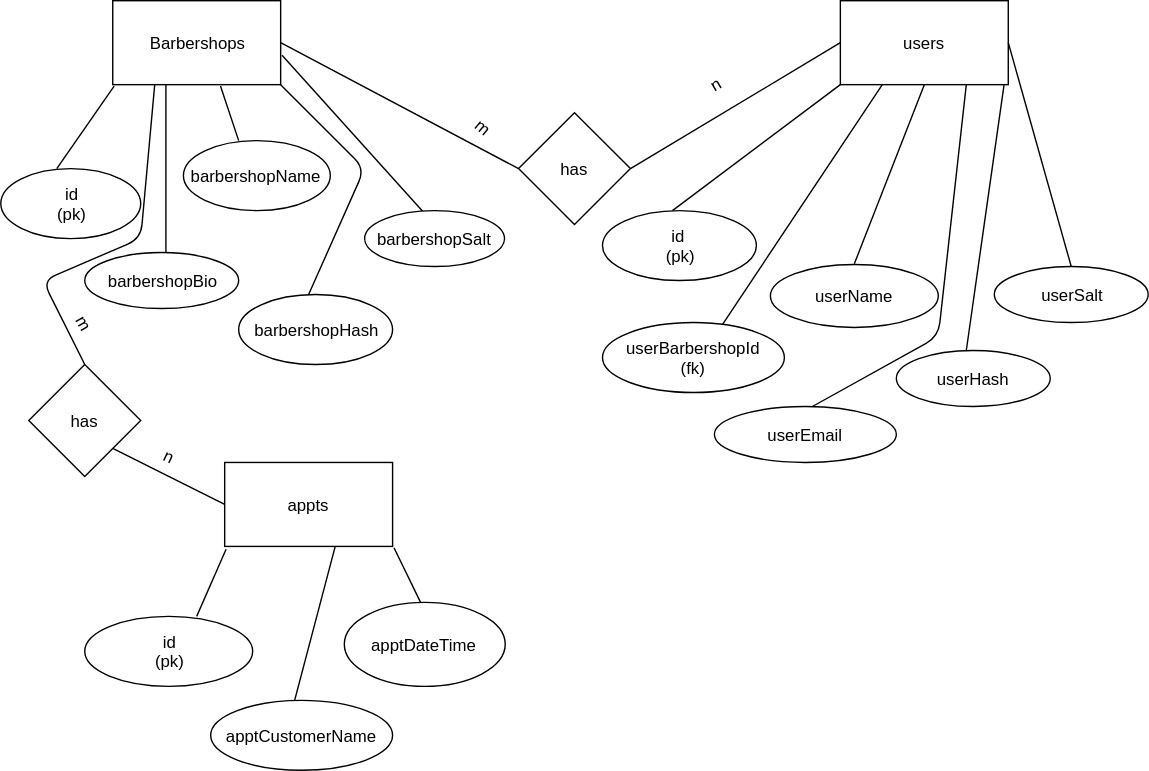
djackreuter/barbershop keeps this draw.io diagram as epic/barbershop-erd.svg. Above is the earlier version. Source tidied: cells renumbered, new cells last; positions are measured from the earlier drawing's top-left corner, leaving out a move shared by most shapes.
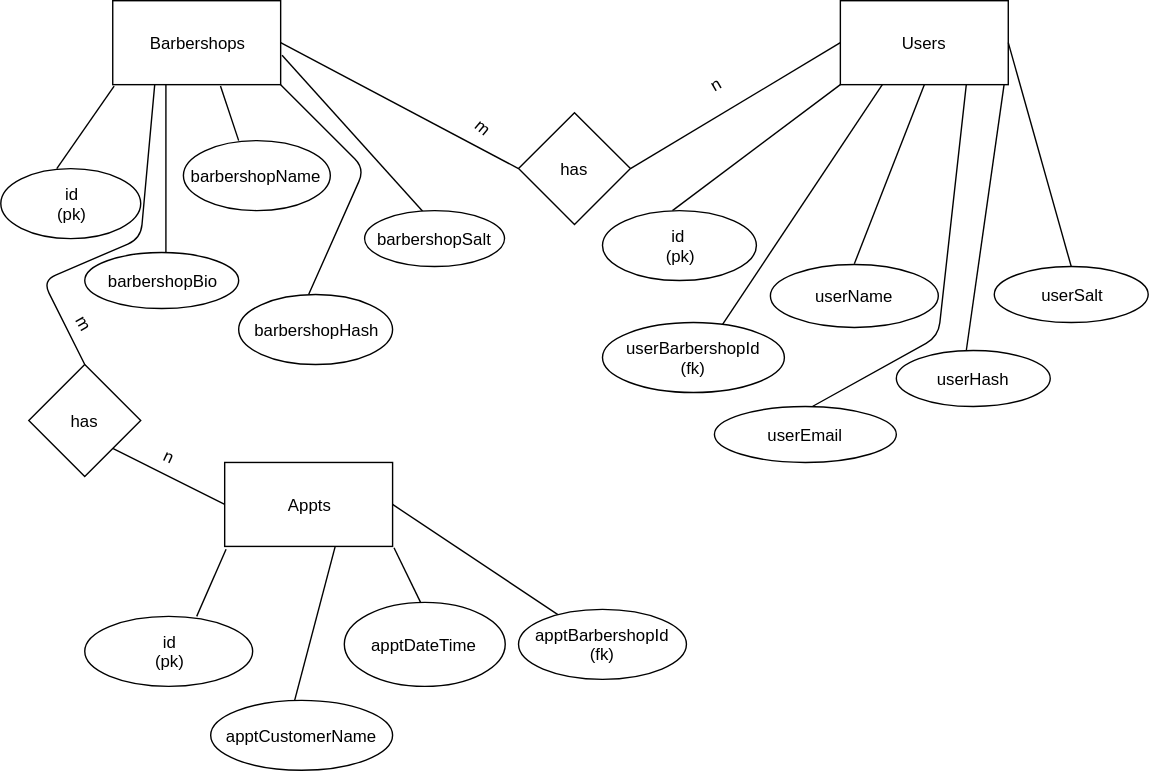
After the commit.

Change to the diagram source:
```diff
@@ -59,7 +59,7 @@
     <mxCell id="15" style="endArrow=none;html=1;entryX=1;entryY=0.5;exitX=0;exitY=0.5;" parent="1" edge="1" source="16" target="14">
       <mxGeometry relative="1" as="geometry" />
     </mxCell>
-    <mxCell id="16" value="users" style="rounded=0;whiteSpace=wrap;html=1;" parent="1" vertex="1">
+    <mxCell id="16" value="Users" style="rounded=0;whiteSpace=wrap;html=1;" parent="1" vertex="1">
       <mxGeometry x="600" width="120" height="60" as="geometry" />
     </mxCell>
     <mxCell id="17" value="m" style="text;html=1;strokeColor=none;fillColor=none;align=center;verticalAlign=middle;whiteSpace=wrap;rotation=40;" parent="1" vertex="1">
@@ -131,7 +131,7 @@
         <mxPoint x="160" y="360" as="sourcePoint" />
       </mxGeometry>
     </mxCell>
-    <mxCell id="34" value="appts" style="rounded=0;whiteSpace=wrap;html=1;" parent="1" vertex="1">
+    <mxCell id="34" value="Appts" style="rounded=0;whiteSpace=wrap;html=1;" parent="1" vertex="1">
       <mxGeometry x="160" y="330" width="120" height="60" as="geometry" />
     </mxCell>
     <mxCell id="35" value="m" style="text;html=1;strokeColor=none;fillColor=none;align=center;verticalAlign=middle;whiteSpace=wrap;rotation=60;" parent="1" vertex="1">
@@ -165,5 +165,13 @@
     <mxCell id="42" value="apptDateTime" style="ellipse;whiteSpace=wrap;html=1;" parent="1" vertex="1">
       <mxGeometry x="245" y="430" width="115" height="60" as="geometry" />
     </mxCell>
+    <mxCell id="43" style="endArrow=none;html=1;entryX=1;entryY=0.5;" parent="1" edge="1" target="34">
+      <mxGeometry relative="1" as="geometry">
+        <mxPoint x="400" y="440" as="sourcePoint" />
+      </mxGeometry>
+    </mxCell>
+    <mxCell id="44" value="apptBarbershopId&lt;div&gt;(fk)&lt;/div&gt;" style="ellipse;whiteSpace=wrap;html=1;" parent="1" vertex="1">
+      <mxGeometry x="370" y="435" width="120" height="50" as="geometry" />
+    </mxCell>
   </root>
 </mxGraphModel>
```
